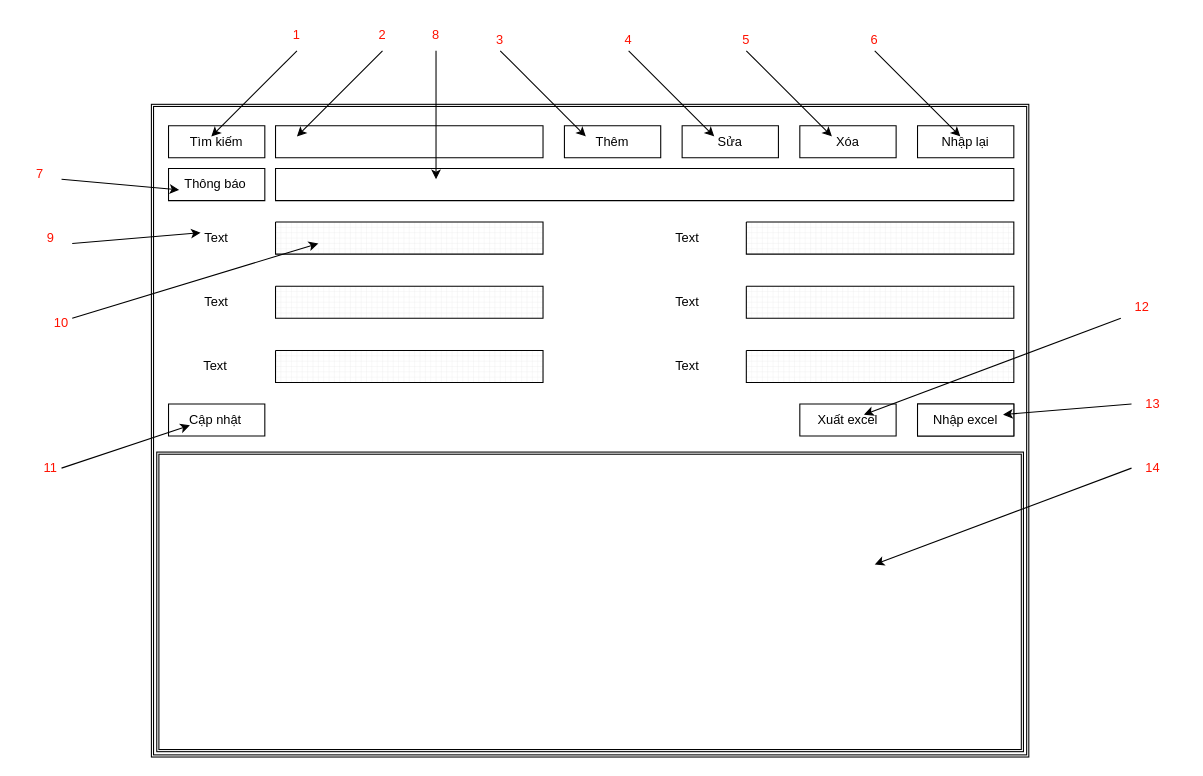
Before: Documents/file draw.io giao diện/hanghoa.drawio in boopanda1998/Cong_nghe_phan_mem, a draw.io diagram. Source tidied: cells renumbered, new cells numbered last; positions are measured from the earlier drawing's top-left corner, leaving out a move shared by most shapes. Both pictures are drawn from the tidied source at 107%, with x=0, y=0 at pixel (18, 18).
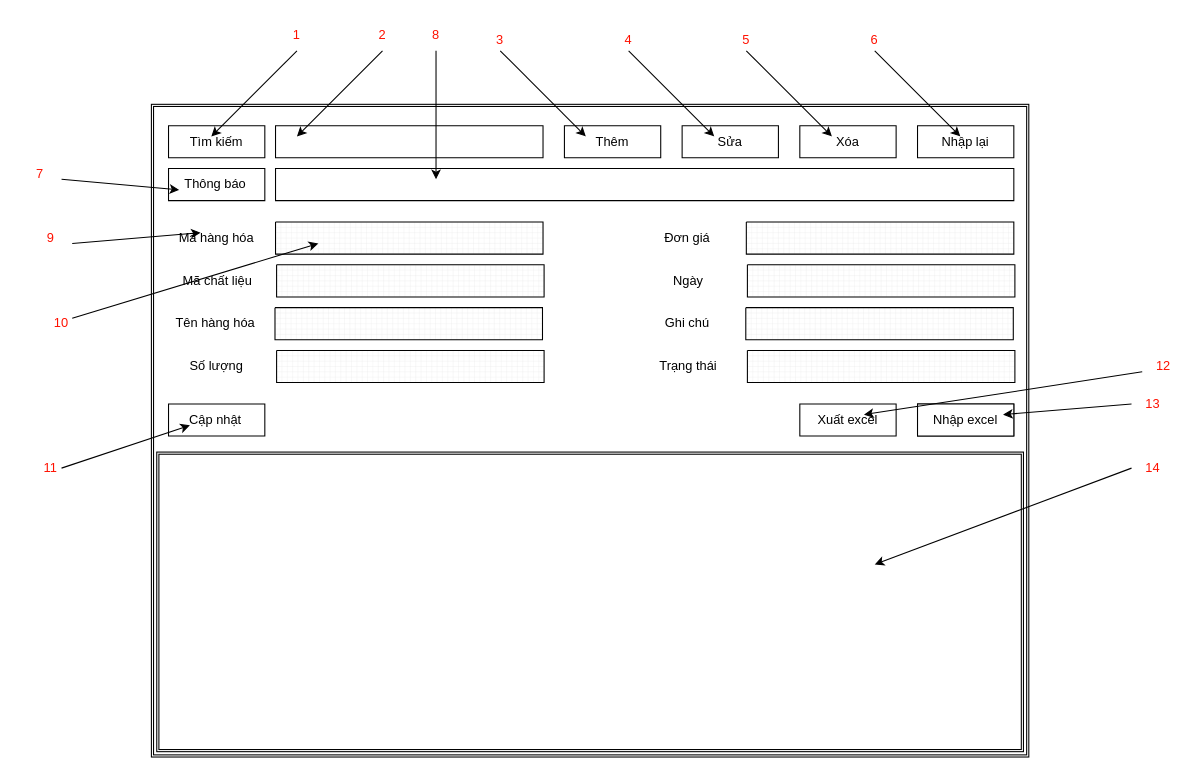
The same page after the edit.

Change to the diagram source:
```diff
@@
     <mxCell id="14" style="verticalLabelPosition=bottom;verticalAlign=top;html=1;shape=mxgraph.basic.patternFillRect;fillStyle=grid;step=5;fillStrokeWidth=0.2;fillStrokeColor=#dddddd;" parent="1" vertex="1">
-      <mxGeometry x="680" y="250" width="250" height="30" as="geometry" />
+      <mxGeometry x="681" y="230" width="250" height="30" as="geometry" />
     </mxCell>
     <mxCell id="15" style="verticalLabelPosition=bottom;verticalAlign=top;html=1;shape=mxgraph.basic.patternFillRect;fillStyle=grid;step=5;fillStrokeWidth=0.2;fillStrokeColor=#dddddd;" parent="1" vertex="1">
-      <mxGeometry x="680" y="310" width="250" height="30" as="geometry" />
+      <mxGeometry x="679.5" y="270" width="250" height="30" as="geometry" />
     </mxCell>
@@
     <mxCell id="17" style="verticalLabelPosition=bottom;verticalAlign=top;html=1;shape=mxgraph.basic.patternFillRect;fillStyle=grid;step=5;fillStrokeWidth=0.2;fillStrokeColor=#dddddd;" parent="1" vertex="1">
-      <mxGeometry x="240" y="250" width="250" height="30" as="geometry" />
+      <mxGeometry x="241" y="230" width="250" height="30" as="geometry" />
     </mxCell>
     <mxCell id="18" style="verticalLabelPosition=bottom;verticalAlign=top;html=1;shape=mxgraph.basic.patternFillRect;fillStyle=grid;step=5;fillStrokeWidth=0.2;fillStrokeColor=#dddddd;" parent="1" vertex="1">
-      <mxGeometry x="240" y="310" width="250" height="30" as="geometry" />
+      <mxGeometry x="239.5" y="270" width="250" height="30" as="geometry" />
     </mxCell>
-    <mxCell id="19" value="Text" style="text;html=1;strokeColor=none;fillColor=none;align=center;verticalAlign=middle;whiteSpace=wrap;rounded=0;" parent="1" vertex="1">
+    <mxCell id="19" value="Mã hàng hóa" style="text;html=1;strokeColor=none;fillColor=none;align=center;verticalAlign=middle;whiteSpace=wrap;rounded=0;" parent="1" vertex="1">
       <mxGeometry x="140" y="190" width="90" height="30" as="geometry" />
     </mxCell>
@@
-    <mxCell id="30" value="Text" style="text;html=1;strokeColor=none;fillColor=none;align=center;verticalAlign=middle;whiteSpace=wrap;rounded=0;" parent="1" vertex="1">
-      <mxGeometry x="140" y="250" width="90" height="30" as="geometry" />
+    <mxCell id="30" value="Mã chất liệu" style="text;html=1;strokeColor=none;fillColor=none;align=center;verticalAlign=middle;whiteSpace=wrap;rounded=0;" parent="1" vertex="1">
+      <mxGeometry x="141" y="230" width="90" height="30" as="geometry" />
     </mxCell>
-    <mxCell id="31" value="Text" style="text;html=1;strokeColor=none;fillColor=none;align=center;verticalAlign=middle;whiteSpace=wrap;rounded=0;" parent="1" vertex="1">
-      <mxGeometry x="139" y="310" width="90" height="30" as="geometry" />
+    <mxCell id="31" value="Tên hàng hóa" style="text;html=1;strokeColor=none;fillColor=none;align=center;verticalAlign=middle;whiteSpace=wrap;rounded=0;" parent="1" vertex="1">
+      <mxGeometry x="138.5" y="270" width="90" height="30" as="geometry" />
     </mxCell>
-    <mxCell id="32" value="Text" style="text;html=1;strokeColor=none;fillColor=none;align=center;verticalAlign=middle;whiteSpace=wrap;rounded=0;" parent="1" vertex="1">
+    <mxCell id="32" value="Đơn giá" style="text;html=1;strokeColor=none;fillColor=none;align=center;verticalAlign=middle;whiteSpace=wrap;rounded=0;" parent="1" vertex="1">
       <mxGeometry x="580" y="190" width="90" height="30" as="geometry" />
     </mxCell>
-    <mxCell id="33" value="Text" style="text;html=1;strokeColor=none;fillColor=none;align=center;verticalAlign=middle;whiteSpace=wrap;rounded=0;" parent="1" vertex="1">
-      <mxGeometry x="580" y="250" width="90" height="30" as="geometry" />
+    <mxCell id="33" value="Ngày" style="text;html=1;strokeColor=none;fillColor=none;align=center;verticalAlign=middle;whiteSpace=wrap;rounded=0;" parent="1" vertex="1">
+      <mxGeometry x="581" y="230" width="90" height="30" as="geometry" />
     </mxCell>
-    <mxCell id="34" value="Text" style="text;html=1;strokeColor=none;fillColor=none;align=center;verticalAlign=middle;whiteSpace=wrap;rounded=0;" parent="1" vertex="1">
-      <mxGeometry x="580" y="310" width="90" height="30" as="geometry" />
+    <mxCell id="34" value="Ghi chú" style="text;html=1;strokeColor=none;fillColor=none;align=center;verticalAlign=middle;whiteSpace=wrap;rounded=0;" parent="1" vertex="1">
+      <mxGeometry x="579.5" y="270" width="90" height="30" as="geometry" />
     </mxCell>
@@
     <mxCell id="47" style="endArrow=classic;html=1;" parent="1" edge="1">
       <mxGeometry relative="1" as="geometry">
-        <mxPoint x="1030" y="280" as="sourcePoint" />
+        <mxPoint x="1050" y="330" as="sourcePoint" />
         <mxPoint x="790" y="370" as="targetPoint" />
       </mxGeometry>
     </mxCell>
@@
     <mxCell id="60" value="12" style="text;html=1;align=center;verticalAlign=middle;whiteSpace=wrap;rounded=0;fontColor=#FF1100;" parent="1" vertex="1">
-      <mxGeometry x="1030" y="260" width="40" height="20" as="geometry" />
+      <mxGeometry x="1050" y="315" width="40" height="20" as="geometry" />
     </mxCell>
@@
+    <mxCell id="65" style="verticalLabelPosition=bottom;verticalAlign=top;html=1;shape=mxgraph.basic.patternFillRect;fillStyle=grid;step=5;fillStrokeWidth=0.2;fillStrokeColor=#dddddd;" parent="1" vertex="1">
+      <mxGeometry x="681" y="310" width="250" height="30" as="geometry" />
+    </mxCell>
+    <mxCell id="66" style="verticalLabelPosition=bottom;verticalAlign=top;html=1;shape=mxgraph.basic.patternFillRect;fillStyle=grid;step=5;fillStrokeWidth=0.2;fillStrokeColor=#dddddd;" parent="1" vertex="1">
+      <mxGeometry x="241" y="310" width="250" height="30" as="geometry" />
+    </mxCell>
+    <mxCell id="67" value="Số lượng" style="text;html=1;strokeColor=none;fillColor=none;align=center;verticalAlign=middle;whiteSpace=wrap;rounded=0;" parent="1" vertex="1">
+      <mxGeometry x="140" y="310" width="90" height="30" as="geometry" />
+    </mxCell>
+    <mxCell id="68" value="Trạng thái" style="text;html=1;strokeColor=none;fillColor=none;align=center;verticalAlign=middle;whiteSpace=wrap;rounded=0;" parent="1" vertex="1">
+      <mxGeometry x="581" y="310" width="90" height="30" as="geometry" />
+    </mxCell>
```
